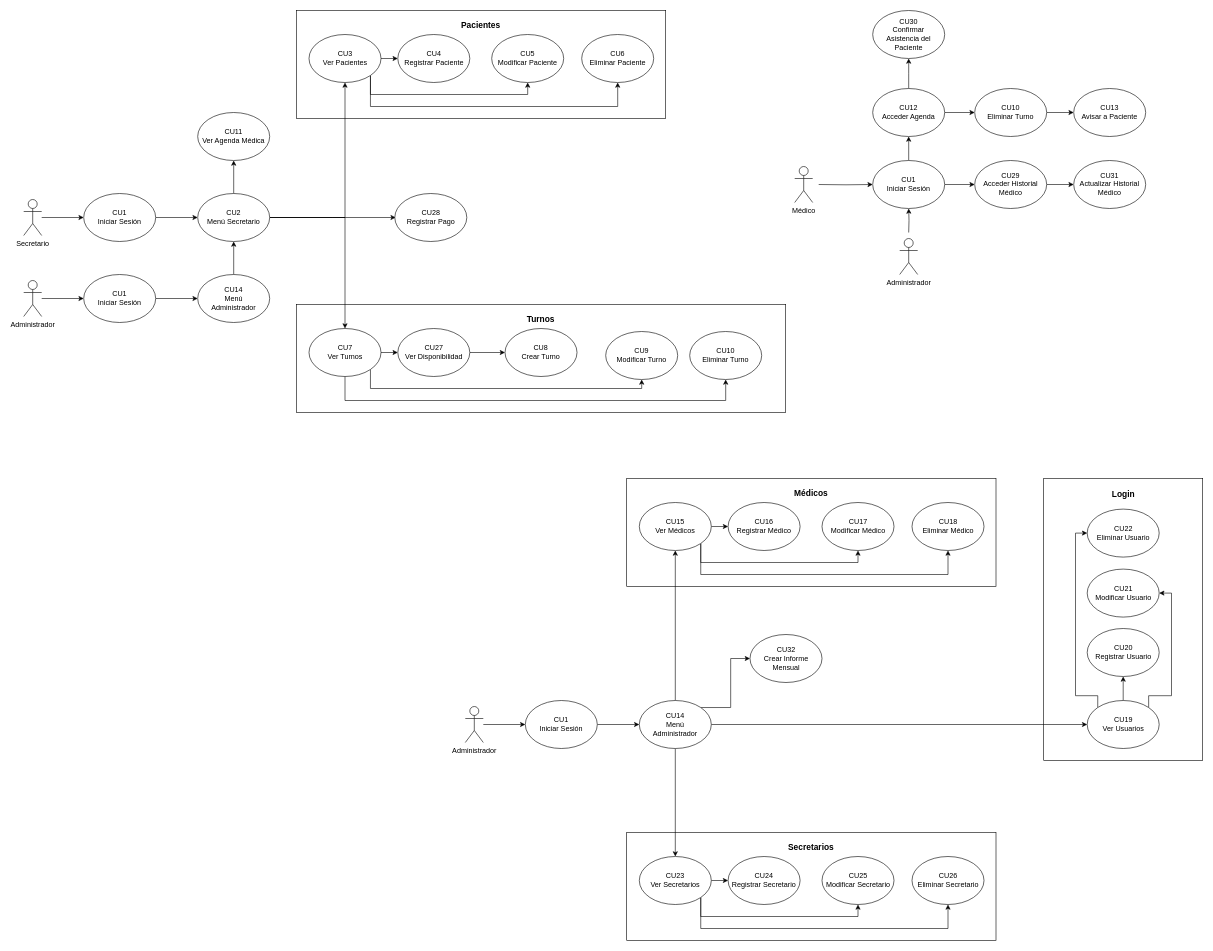
JBBallini/Policonsultorio-Medico keeps this draw.io diagram as Documentos/Diagrama Casos de Usos.drawio. Above is the earlier version. Source tidied: cells renumbered, new cells numbered last; positions are measured from the earlier drawing's top-left corner, leaving out a move shared by most shapes. Both pictures are drawn from the tidied source at 60%, with x=0, y=0 at pixel (23, 10).
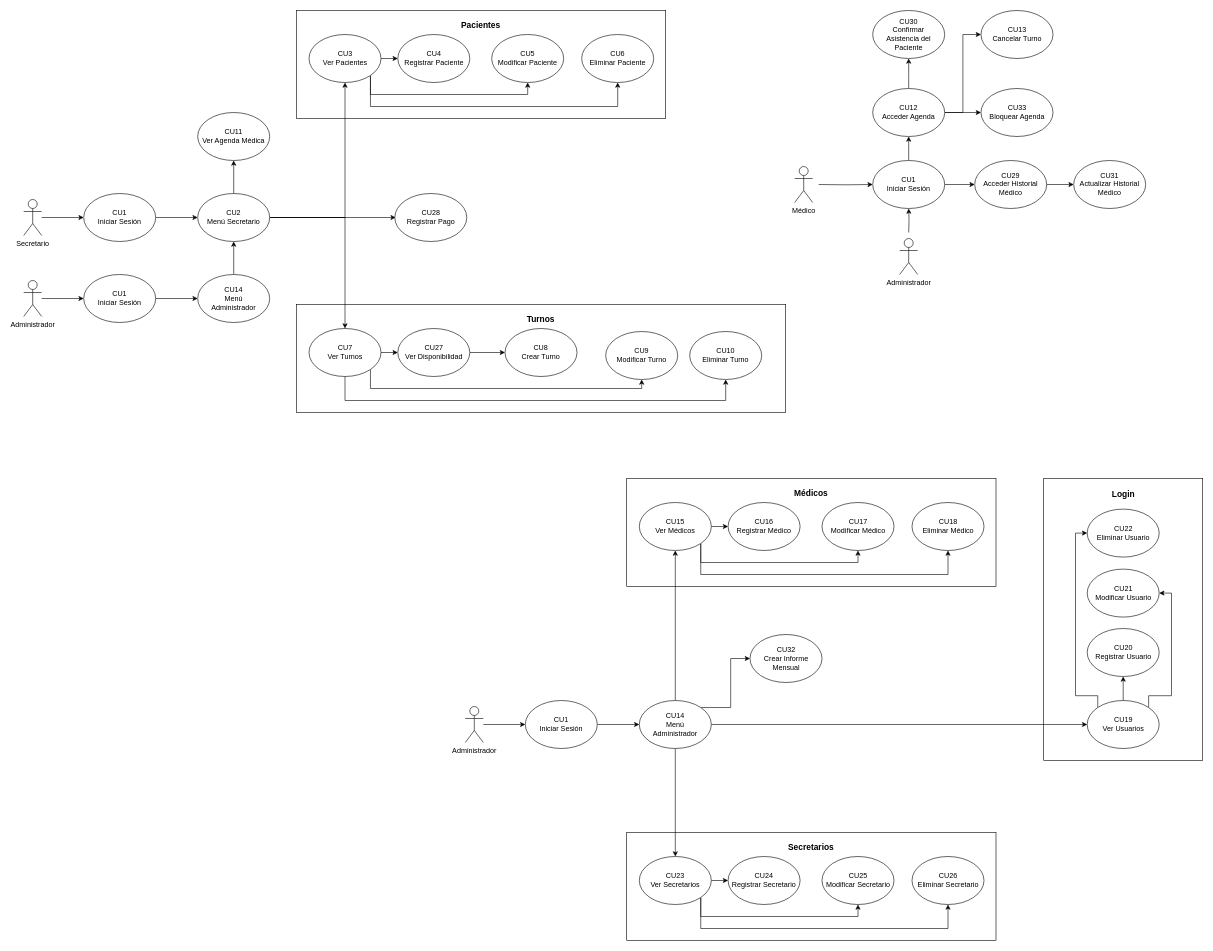
Above is the later version.

Commit message (it also covers changes not shown here):
Cambios documento y diagrama médico

Unchanged cells that the change refers to:
```xml
<mxCell id="35" style="ellipse;whiteSpace=wrap;html=1;" parent="1" vertex="1">
  <mxGeometry x="1415" y="130" width="120" height="80" as="geometry" />
</mxCell>
```

The edit, as a diff of the source:
```diff
@@
+    <mxCell id="130" style="edgeStyle=orthogonalEdgeStyle;rounded=0;jettySize=auto;html=1;exitX=1;exitY=0.5;exitDx=0;exitDy=0;entryX=0;entryY=0.5;entryDx=0;entryDy=0;" parent="1" edge="1" source="35" target="131">
+      <mxGeometry relative="1" as="geometry" />
+    </mxCell>
@@
-    <mxCell id="37" style="edgeStyle=orthogonalEdgeStyle;rounded=0;jettySize=auto;html=1;exitX=1;exitY=0.5;exitDx=0;exitDy=0;entryX=0;entryY=0.5;entryDx=0;entryDy=0;" parent="1" edge="1" source="38" target="40">
-      <mxGeometry relative="1" as="geometry" />
-    </mxCell>
     <mxCell id="38" style="ellipse;whiteSpace=wrap;html=1;" parent="1" vertex="1">
-      <mxGeometry x="1585" y="130" width="120" height="80" as="geometry" />
+      <mxGeometry x="1595.5" width="120" height="80" as="geometry" />
     </mxCell>
-    <mxCell id="39" value="CU10&lt;div&gt;Eliminar Turno&lt;/div&gt;" style="text;html=1;align=center;verticalAlign=middle;whiteSpace=wrap;rounded=0;" parent="1" vertex="1">
-      <mxGeometry x="1590" y="155" width="110" height="30" as="geometry" />
+    <mxCell id="39" value="CU13&lt;div&gt;Cancelar Turno&lt;/div&gt;" style="text;html=1;align=center;verticalAlign=middle;whiteSpace=wrap;rounded=0;" parent="1" vertex="1">
+      <mxGeometry x="1600.5" y="25" width="110" height="30" as="geometry" />
     </mxCell>
-    <mxCell id="40" style="ellipse;whiteSpace=wrap;html=1;" parent="1" vertex="1">
-      <mxGeometry x="1750" y="130" width="120" height="80" as="geometry" />
-    </mxCell>
-    <mxCell id="41" value="CU13&lt;br&gt;Avisar a Paciente" style="text;html=1;align=center;verticalAlign=middle;whiteSpace=wrap;rounded=0;" parent="1" vertex="1">
-      <mxGeometry x="1755" y="155" width="110" height="30" as="geometry" />
-    </mxCell>
@@
+    <mxCell id="131" style="ellipse;whiteSpace=wrap;html=1;" parent="1" vertex="1">
+      <mxGeometry x="1595.5" y="130" width="120" height="80" as="geometry" />
+    </mxCell>
+    <mxCell id="132" value="CU33&lt;div&gt;Bloquear Agenda&lt;/div&gt;" style="text;html=1;align=center;verticalAlign=middle;whiteSpace=wrap;rounded=0;" parent="1" vertex="1">
+      <mxGeometry x="1600.5" y="155" width="110" height="30" as="geometry" />
+    </mxCell>
```
